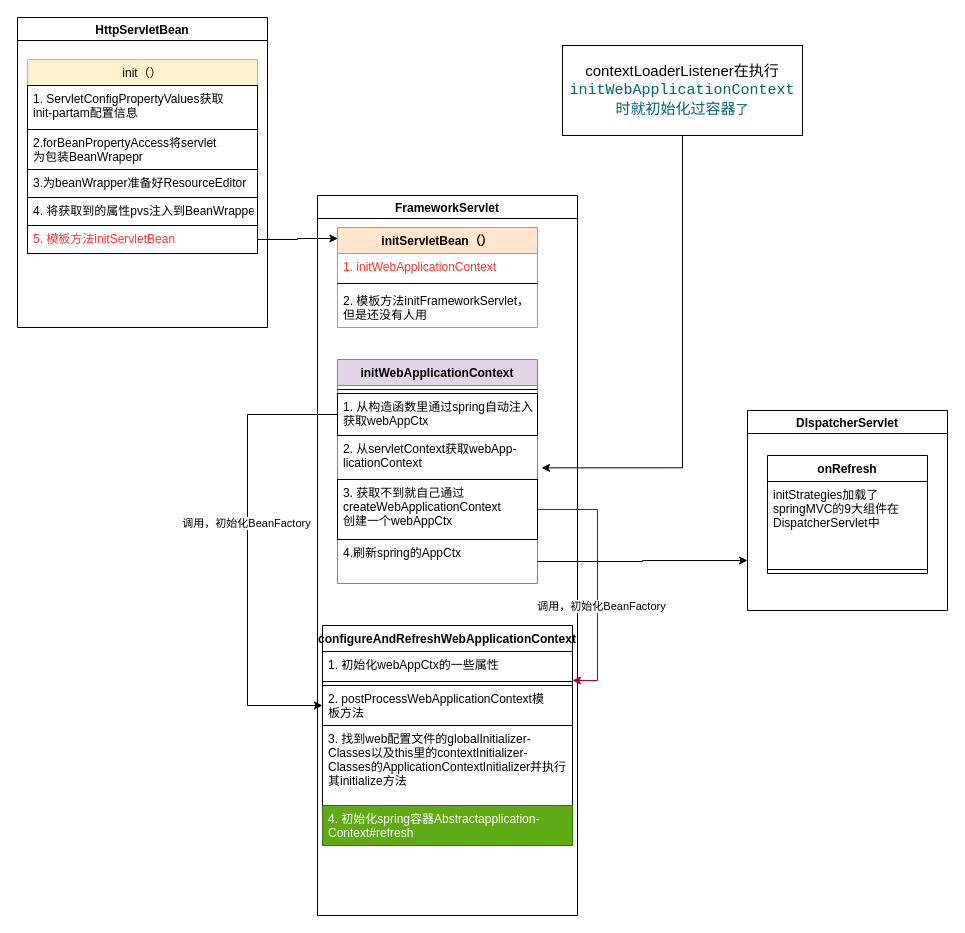
The draw.io diagram 未命名绘图.drawio in Willhow-Gao/drawIOStore, before the edit. Source tidied: cells renumbered, new cells numbered last; positions are measured from the earlier drawing's top-left corner, leaving out a move shared by most shapes. Both pictures are drawn from the tidied source at 100%, with x=0, y=0 at pixel (17, 17).
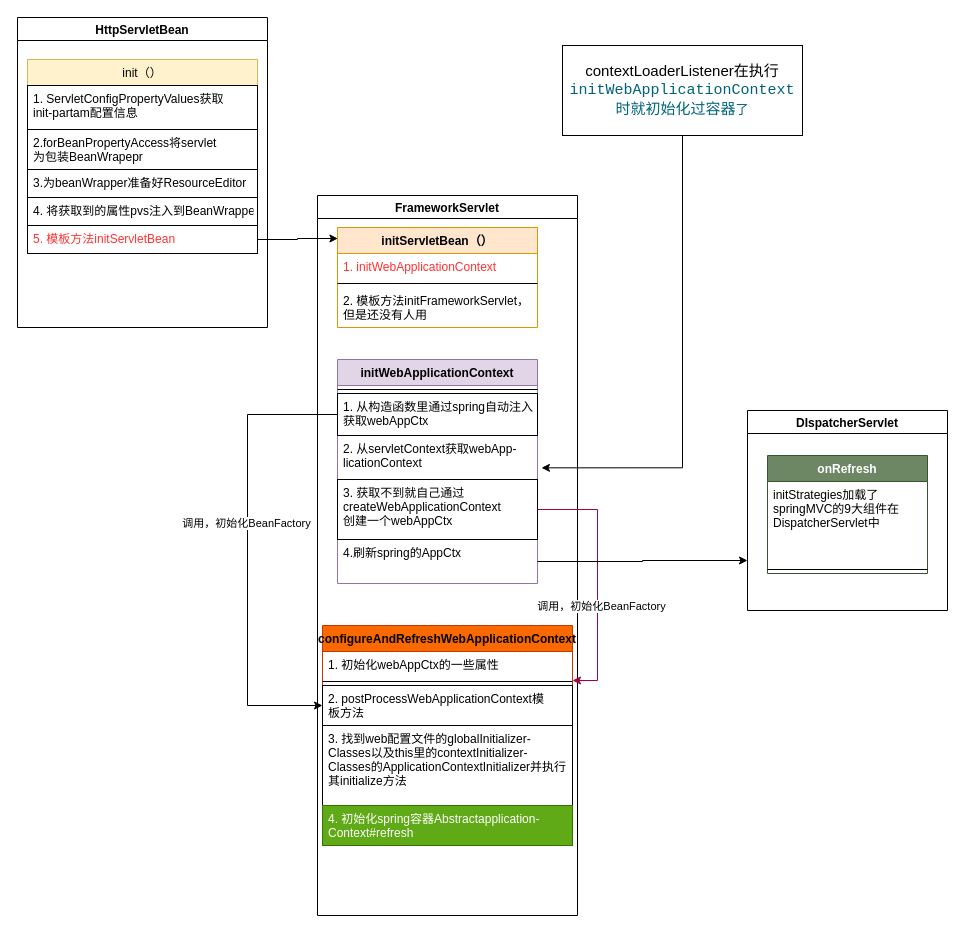
The same diagram, later.

Commit message:
更新未命名绘图.drawio

The change refers to these unchanged cells:
```xml
<mxCell id="9" value="FrameworkServlet" style="swimlane;fontColor=#000000;" parent="1" vertex="1">
  <mxGeometry x="300" y="178" width="260" height="720" as="geometry" />
</mxCell>
```

What changed in the source:
```diff
@@
-    <mxCell id="14" value="configureAndRefreshWebApplicationContext" style="swimlane;fontStyle=1;align=center;verticalAlign=top;horizontal=1;startSize=26;fontColor=#000000;strokeColor=default;" parent="9" vertex="1">
+    <mxCell id="14" value="configureAndRefreshWebApplicationContext" style="swimlane;fontStyle=1;align=center;verticalAlign=top;horizontal=1;startSize=26;fontColor=#000000;strokeColor=#C73500;fillColor=#fa6800;" parent="9" vertex="1">
       <mxGeometry x="5" y="430" width="250" height="220" as="geometry" />
     </mxCell>
@@
-    <mxCell id="30" value="onRefresh" style="swimlane;fontStyle=1;align=center;verticalAlign=top;horizontal=1;startSize=26;fontColor=#000000;strokeColor=default;" parent="1" vertex="1">
+    <mxCell id="30" value="onRefresh" style="swimlane;fontStyle=1;align=center;verticalAlign=top;horizontal=1;startSize=26;fontColor=#ffffff;strokeColor=#3A5431;fillColor=#6d8764;" parent="1" vertex="1">
       <mxGeometry x="750" y="438" width="160" height="118" as="geometry" />
     </mxCell>
```
